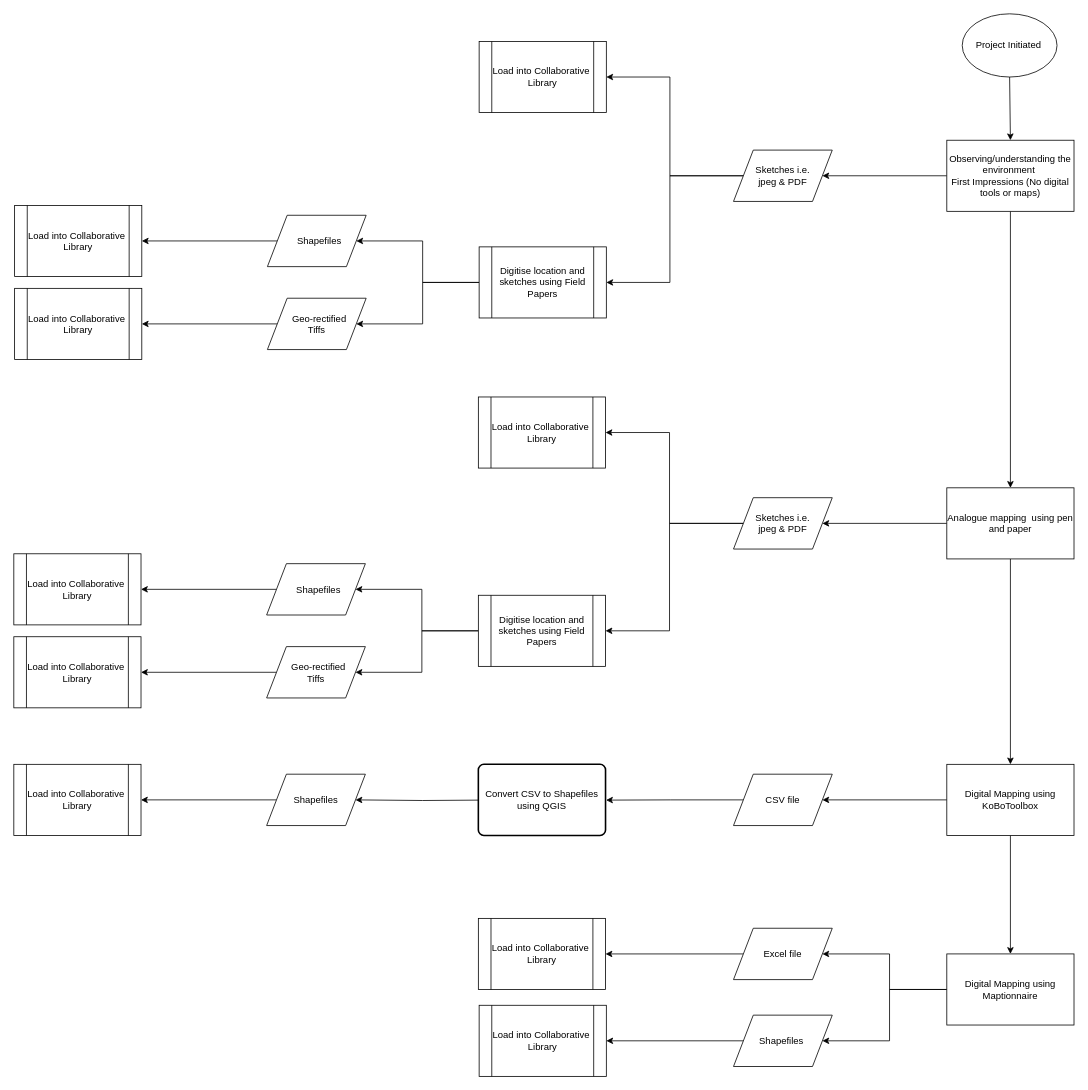
Before: page "Page-1" (1 of 2) of Untitled Diagram.drawio in CamGreen/CamGreen.github.io, a draw.io diagram. Source tidied: cells renumbered, new cells numbered last; positions are measured from the earlier drawing's top-left corner, leaving out a move shared by most shapes. Both pictures are drawn from the tidied source at 79%, with x=0, y=0 at pixel (13, 13).
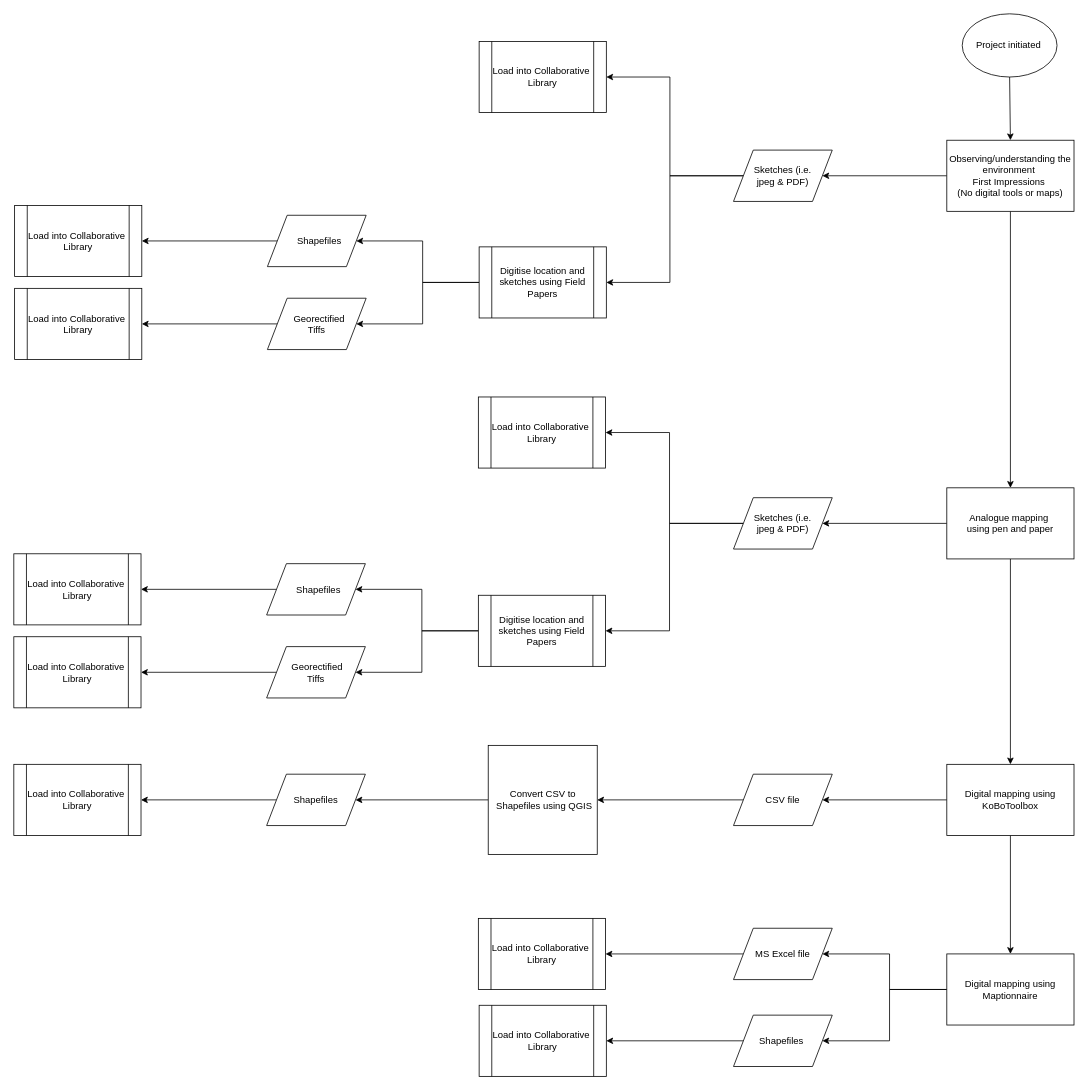
Above is the later version.

The change refers to these unchanged cells:
```xml
<mxCell id="19" value="&lt;span style=&quot;text-align: left&quot;&gt;CSV file&lt;/span&gt;" style="shape=parallelogram;perimeter=parallelogramPerimeter;whiteSpace=wrap;html=1;align=center;" parent="1" vertex="1">
  <mxGeometry x="911" y="962.5" width="125" height="65" as="geometry" />
</mxCell>
<mxCell id="25" value="Shapefiles" style="shape=parallelogram;perimeter=parallelogramPerimeter;whiteSpace=wrap;html=1;align=center;" parent="1" vertex="1">
  <mxGeometry x="320" y="962.5" width="125" height="65" as="geometry" />
</mxCell>
```

Change to the diagram source:
```diff
@@
-    <mxCell id="2" value="Project Initiated&amp;nbsp;" style="ellipse;whiteSpace=wrap;html=1;" parent="1" vertex="1">
+    <mxCell id="2" value="Project initiated&amp;nbsp;" style="ellipse;whiteSpace=wrap;html=1;" parent="1" vertex="1">
       <mxGeometry x="1200.5" width="120" height="80" as="geometry" />
     </mxCell>
@@
-    <mxCell id="5" value="&lt;div&gt;Observing/understanding the environment&amp;nbsp;&lt;/div&gt;&lt;div&gt;First Impressions (No digital tools or maps)&lt;/div&gt;" style="rounded=0;html=1;align=center;whiteSpace=wrap;" parent="1" vertex="1">
+    <mxCell id="5" value="&lt;div&gt;Observing/understanding the environment&amp;nbsp;&lt;/div&gt;&lt;div&gt;First Impressions&amp;nbsp;&lt;/div&gt;&lt;div&gt;(No digital tools or maps)&lt;/div&gt;" style="rounded=0;html=1;align=center;whiteSpace=wrap;" parent="1" vertex="1">
       <mxGeometry x="1181" y="160" width="161" height="90" as="geometry" />
     </mxCell>
@@
-    <mxCell id="8" value="Sketches i.e.&lt;br&gt;jpeg &amp;amp; PDF" style="shape=parallelogram;perimeter=parallelogramPerimeter;whiteSpace=wrap;html=1;align=center;" parent="1" vertex="1">
+    <mxCell id="8" value="Sketches (i.e.&lt;br&gt;jpeg &amp;amp; PDF)" style="shape=parallelogram;perimeter=parallelogramPerimeter;whiteSpace=wrap;html=1;align=center;" parent="1" vertex="1">
       <mxGeometry x="911" y="172.5" width="125" height="65" as="geometry" />
     </mxCell>
@@
-    <mxCell id="11" value="&lt;div&gt;Analogue mapping &amp;nbsp;using pen and paper&lt;/div&gt;" style="rounded=0;html=1;align=center;whiteSpace=wrap;" parent="1" vertex="1">
+    <mxCell id="11" value="&lt;div&gt;Analogue mapping&amp;nbsp;&lt;/div&gt;&lt;div&gt;using pen and paper&lt;/div&gt;" style="rounded=0;html=1;align=center;whiteSpace=wrap;" parent="1" vertex="1">
       <mxGeometry x="1181" y="600" width="161" height="90" as="geometry" />
     </mxCell>
@@
-    <mxCell id="14" value="&lt;div&gt;Digital Mapping using KoBoToolbox&lt;/div&gt;" style="rounded=0;html=1;align=center;whiteSpace=wrap;" parent="1" vertex="1">
+    <mxCell id="14" value="&lt;div&gt;Digital mapping using KoBoToolbox&lt;/div&gt;" style="rounded=0;html=1;align=center;whiteSpace=wrap;" parent="1" vertex="1">
       <mxGeometry x="1181" y="950" width="161" height="90" as="geometry" />
     </mxCell>
@@
-    <mxCell id="17" value="&lt;div&gt;Digital Mapping using Maptionnaire&lt;/div&gt;" style="rounded=0;html=1;align=center;whiteSpace=wrap;" parent="1" vertex="1">
+    <mxCell id="17" value="&lt;div&gt;Digital mapping using Maptionnaire&lt;/div&gt;" style="rounded=0;html=1;align=center;whiteSpace=wrap;" parent="1" vertex="1">
       <mxGeometry x="1181" y="1190" width="161" height="90" as="geometry" />
     </mxCell>
-    <mxCell id="18" style="edgeStyle=orthogonalEdgeStyle;rounded=0;jettySize=auto;html=1;exitX=0;exitY=0.5;exitDx=0;exitDy=0;entryX=1;entryY=0.5;entryDx=0;entryDy=0;" parent="1" edge="1" source="19">
-      <mxGeometry relative="1" as="geometry">
-        <mxPoint x="749.7" y="995.3" as="targetPoint" />
-      </mxGeometry>
+    <mxCell id="18" style="edgeStyle=orthogonalEdgeStyle;rounded=0;jettySize=auto;html=1;exitX=0;exitY=0.5;exitDx=0;exitDy=0;entryX=1;entryY=0.5;entryDx=0;entryDy=0;" parent="1" edge="1" source="19" target="54">
+      <mxGeometry relative="1" as="geometry" />
     </mxCell>
@@
-    <mxCell id="23" style="edgeStyle=orthogonalEdgeStyle;rounded=0;jettySize=auto;html=1;exitX=0;exitY=0.5;exitDx=0;exitDy=0;entryX=1;entryY=0.5;entryDx=0;entryDy=0;" parent="1" edge="1" target="25">
-      <mxGeometry relative="1" as="geometry">
-        <mxPoint x="589.7" y="995.3" as="sourcePoint" />
-      </mxGeometry>
-    </mxCell>
@@
-    <mxCell id="29" value="Sketches i.e.&lt;br&gt;jpeg &amp;amp; PDF" style="shape=parallelogram;perimeter=parallelogramPerimeter;whiteSpace=wrap;html=1;align=center;" parent="1" vertex="1">
+    <mxCell id="29" value="Sketches (i.e.&lt;br&gt;jpeg &amp;amp; PDF)" style="shape=parallelogram;perimeter=parallelogramPerimeter;whiteSpace=wrap;html=1;align=center;" parent="1" vertex="1">
       <mxGeometry x="911" y="612.5" width="125" height="65" as="geometry" />
     </mxCell>
@@
-    <mxCell id="34" value="&amp;nbsp; Geo-rectified &lt;br&gt;Tiffs" style="shape=parallelogram;perimeter=parallelogramPerimeter;whiteSpace=wrap;html=1;align=center;" parent="1" vertex="1">
+    <mxCell id="34" value="&amp;nbsp; Georectified &lt;br&gt;Tiffs" style="shape=parallelogram;perimeter=parallelogramPerimeter;whiteSpace=wrap;html=1;align=center;" parent="1" vertex="1">
       <mxGeometry x="321" y="360" width="125" height="65" as="geometry" />
     </mxCell>
@@
-    <mxCell id="43" value="&amp;nbsp; Geo-rectified &lt;br&gt;Tiffs" style="shape=parallelogram;perimeter=parallelogramPerimeter;whiteSpace=wrap;html=1;align=center;" parent="1" vertex="1">
+    <mxCell id="43" value="&amp;nbsp; Georectified&amp;nbsp;&lt;br&gt;Tiffs" style="shape=parallelogram;perimeter=parallelogramPerimeter;whiteSpace=wrap;html=1;align=center;" parent="1" vertex="1">
       <mxGeometry x="320" y="801" width="125" height="65" as="geometry" />
     </mxCell>
@@
-    <mxCell id="50" value="&lt;div style=&quot;text-align: left&quot;&gt;Excel file&lt;/div&gt;" style="shape=parallelogram;perimeter=parallelogramPerimeter;whiteSpace=wrap;html=1;align=center;" parent="1" vertex="1">
+    <mxCell id="50" value="&lt;div style=&quot;text-align: left&quot;&gt;MS Excel file&lt;/div&gt;" style="shape=parallelogram;perimeter=parallelogramPerimeter;whiteSpace=wrap;html=1;align=center;" parent="1" vertex="1">
       <mxGeometry x="911" y="1157.5" width="125" height="65" as="geometry" />
     </mxCell>
@@
+    <mxCell id="55" style="edgeStyle=orthogonalEdgeStyle;rounded=0;jettySize=auto;html=1;exitX=0;exitY=0.5;exitDx=0;exitDy=0;entryX=1;entryY=0.5;entryDx=0;entryDy=0;" parent="1" edge="1" source="54" target="25">
+      <mxGeometry relative="1" as="geometry" />
+    </mxCell>
-    <mxCell id="54" value="Convert CSV to&amp;nbsp;Shapefiles using QGIS" style="rounded=1;whiteSpace=wrap;html=1;absoluteArcSize=1;arcSize=14;strokeWidth=2;align=center;" parent="1" vertex="1">
-      <mxGeometry x="588" y="950" width="161" height="90" as="geometry" />
+    <mxCell id="54" value="&lt;span style=&quot;white-space: normal&quot;&gt;Convert CSV to&lt;br&gt;&amp;nbsp;Shapefiles using QGIS&lt;/span&gt;" style="whiteSpace=wrap;html=1;align=center;" parent="1" vertex="1">
+      <mxGeometry x="600.5" y="926" width="138" height="138" as="geometry" />
     </mxCell>
```
